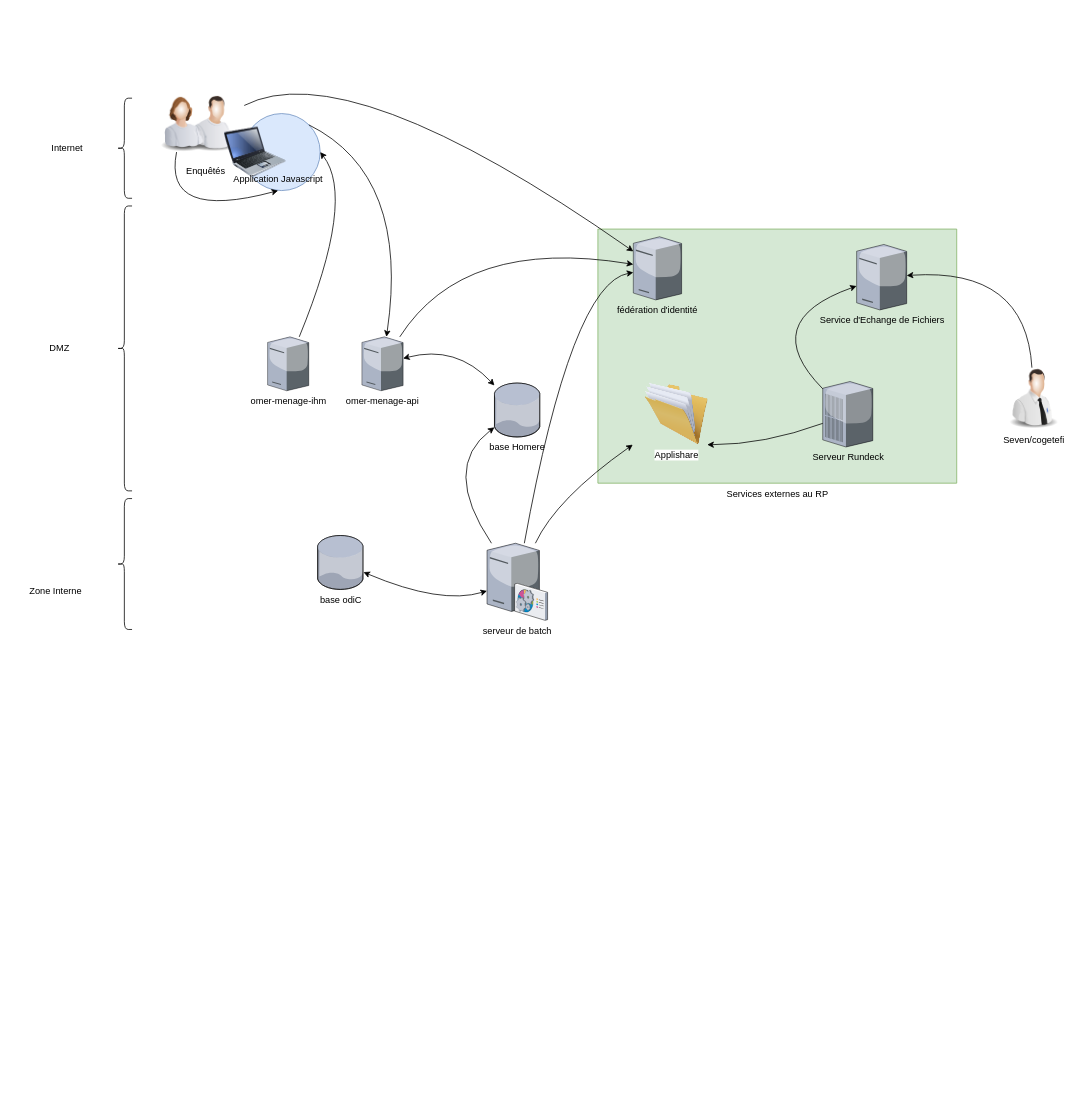
Before: Diagramme sans nom.drawio in renaud23/drawio, a draw.io diagram. Source tidied: cells renumbered, new cells numbered last; positions are measured from the earlier drawing's top-left corner, leaving out a move shared by most shapes. Both pictures are drawn from the tidied source at 77%, with x=0, y=0 at pixel (13, 52).
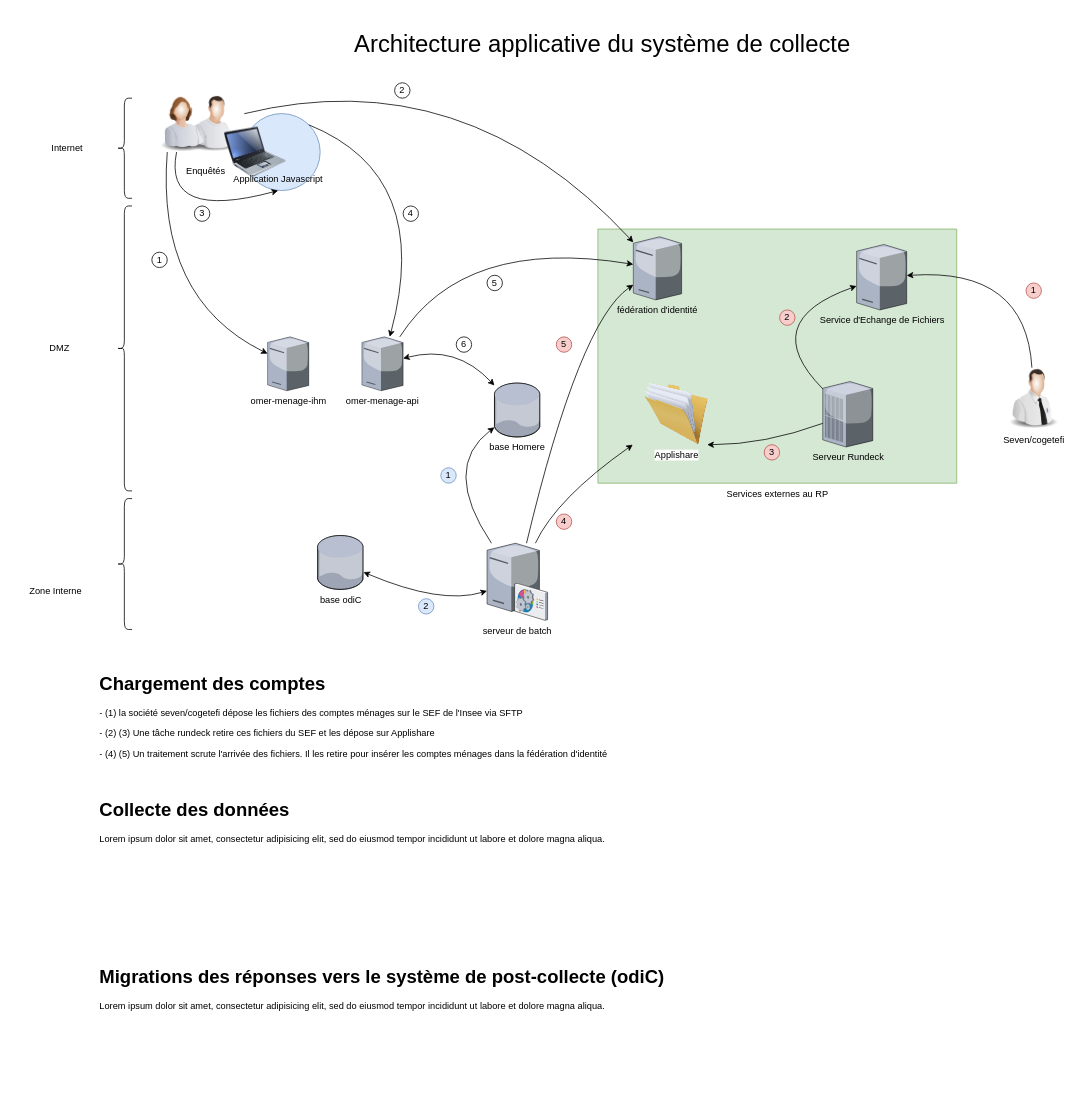
Above is the later version.

Commit message:
Mettre à jour Diagramme sans nom.drawio

The change refers to these unchanged cells:
```xml
<mxCell id="3" style="group;" parent="1" vertex="1">
  <mxGeometry x="745" y="230" width="540" height="330" as="geometry" />
</mxCell>
<mxCell id="5" value="fédération d'identité" style="verticalLabelPosition=bottom;sketch=0;html=1;verticalAlign=top;align=center;outlineConnect=0;shape=mxgraph.citrix.tower_server;fillColor=#fff2cc;strokeColor=#d6b656;" parent="3" vertex="1">
  <mxGeometry x="60" y="10" width="62.7" height="82" as="geometry" />
</mxCell>
<mxCell id="16" style="image;html=1;image=img/lib/clip_art/people/Worker_Man_128x128.png;" parent="15" vertex="1">
  <mxGeometry x="40" width="80" height="80" as="geometry" />
</mxCell>
<mxCell id="17" style="image;html=1;image=img/lib/clip_art/people/Worker_Woman_128x128.png;" parent="15" vertex="1">
  <mxGeometry width="80" height="80" as="geometry" />
</mxCell>
<mxCell id="20" style="ellipse;whiteSpace=wrap;html=1;fillColor=#dae8fc;strokeColor=#6c8ebf;" parent="19" vertex="1">
  <mxGeometry x="24.3" width="100" height="100" as="geometry" />
</mxCell>
<mxCell id="27" value="serveur de batch&lt;div&gt;&lt;br&gt;&lt;/div&gt;" style="verticalLabelPosition=bottom;sketch=0;html=1;verticalAlign=top;strokeColor=none;align=center;outlineConnect=0;shape=mxgraph.citrix.command_center;" parent="1" vertex="1">
  <mxGeometry x="615" y="638" width="78.7" height="100" as="geometry" />
</mxCell>
<mxCell id="30" value="omer-menage-api" style="verticalLabelPosition=bottom;sketch=0;html=1;verticalAlign=top;strokeColor=none;align=center;outlineConnect=0;shape=mxgraph.citrix.tower_server;" parent="29" vertex="1">
  <mxGeometry x="122.5" width="53.5" height="70" as="geometry" />
</mxCell>
<mxCell id="31" value="omer-menage-ihm" style="verticalLabelPosition=bottom;sketch=0;html=1;verticalAlign=top;strokeColor=none;align=center;outlineConnect=0;shape=mxgraph.citrix.tower_server;" parent="29" vertex="1">
  <mxGeometry width="53.5" height="70" as="geometry" />
</mxCell>
```

The edit, as a diff of the source:
```diff
@@
+    <mxCell id="45" value="2" style="ellipse;whiteSpace=wrap;html=1;fillColor=#f8cecc;strokeColor=#b85450;" parent="3" vertex="1">
+      <mxGeometry x="250" y="105" width="20" height="20" as="geometry" />
+    </mxCell>
+    <mxCell id="46" value="3" style="ellipse;whiteSpace=wrap;html=1;fillColor=#f8cecc;strokeColor=#b85450;" parent="3" vertex="1">
+      <mxGeometry x="230" y="280" width="20" height="20" as="geometry" />
+    </mxCell>
@@
     <mxCell id="12" style="group;" parent="1" vertex="1">
-      <mxGeometry x="185" y="80" width="170.9" height="190" as="geometry" />
+      <mxGeometry x="185" y="80" width="170.9" height="200" as="geometry" />
     </mxCell>
     <mxCell id="13" style="group;" parent="12" vertex="1">
-      <mxGeometry x="-54.3" y="-30" width="199.8" height="220" as="geometry" />
+      <mxGeometry x="-54.3" y="-30" width="199.8" height="230" as="geometry" />
     </mxCell>
@@
+    <mxCell id="47" value="3" style="ellipse;whiteSpace=wrap;html=1;" parent="13" vertex="1">
+      <mxGeometry x="104.3" y="150" width="20" height="20" as="geometry" />
+    </mxCell>
+    <mxCell id="48" value="1" style="ellipse;whiteSpace=wrap;html=1;" parent="13" vertex="1">
+      <mxGeometry x="49" y="210" width="20" height="20" as="geometry" />
+    </mxCell>
-    <mxCell id="24" style="curved=1;endArrow=classic;html=1;rounded=0;" parent="1" edge="1" source="16" target="5">
+    <mxCell id="24" style="curved=1;endArrow=classic;html=1;rounded=0;enumerate=0;" parent="1" edge="1" source="16" target="5">
       <mxGeometry relative="1" as="geometry">
         <Array as="points">
-          <mxPoint x="435" />
+          <mxPoint x="585" y="10" />
         </Array>
       </mxGeometry>
     </mxCell>
@@
-    <mxCell id="32" style="curved=1;endArrow=none;html=1;rounded=0;startArrow=classic;startFill=1;entryX=1;entryY=0;entryDx=0;entryDy=0;endFill=0;" parent="1" edge="1" source="30" target="20">
+    <mxCell id="32" style="curved=1;endArrow=none;html=1;rounded=0;startArrow=classic;startFill=1;entryX=1;entryY=0;entryDx=0;entryDy=0;endFill=0;enumerate=0;enumerateValue=1;" parent="1" edge="1" source="30" target="20">
       <mxGeometry relative="1" as="geometry">
         <Array as="points">
-          <mxPoint x="515" y="160" />
+          <mxPoint x="545" y="160" />
         </Array>
       </mxGeometry>
     </mxCell>
-    <mxCell id="33" style="curved=1;endArrow=classic;html=1;rounded=0;entryX=1;entryY=0.5;entryDx=0;entryDy=0;" parent="1" edge="1" source="31" target="20">
+    <mxCell id="33" style="curved=1;endArrow=none;html=1;rounded=0;entryX=0.25;entryY=1;entryDx=0;entryDy=0;startArrow=classic;startFill=1;endFill=0;" parent="1" edge="1" source="31" target="17">
       <mxGeometry relative="1" as="geometry">
         <Array as="points">
-          <mxPoint x="445" y="190" />
+          <mxPoint x="185" y="320" />
         </Array>
       </mxGeometry>
     </mxCell>
@@
     <mxCell id="43" style="curved=1;endArrow=classic;html=1;rounded=0;" parent="1" edge="1" source="27" target="5">
       <mxGeometry relative="1" as="geometry">
         <Array as="points">
-          <mxPoint x="725" y="300" />
+          <mxPoint x="735" y="350" />
         </Array>
       </mxGeometry>
     </mxCell>
@@
+    <mxCell id="49" value="2" style="ellipse;whiteSpace=wrap;html=1;" parent="1" vertex="1">
+      <mxGeometry x="495" y="40" width="20" height="20" as="geometry" />
+    </mxCell>
+    <mxCell id="50" value="4" style="ellipse;whiteSpace=wrap;html=1;" parent="1" vertex="1">
+      <mxGeometry x="506" y="200" width="20" height="20" as="geometry" />
+    </mxCell>
+    <mxCell id="51" value="5" style="ellipse;whiteSpace=wrap;html=1;" parent="1" vertex="1">
+      <mxGeometry x="615" y="290" width="20" height="20" as="geometry" />
+    </mxCell>
+    <mxCell id="52" value="6" style="ellipse;whiteSpace=wrap;html=1;" parent="1" vertex="1">
+      <mxGeometry x="575" y="370" width="20" height="20" as="geometry" />
+    </mxCell>
+    <mxCell id="53" value="1" style="ellipse;whiteSpace=wrap;html=1;fillColor=#dae8fc;strokeColor=#6c8ebf;" parent="1" vertex="1">
+      <mxGeometry x="555" y="540" width="20" height="20" as="geometry" />
+    </mxCell>
+    <mxCell id="54" value="2" style="ellipse;whiteSpace=wrap;html=1;fillColor=#dae8fc;strokeColor=#6c8ebf;" parent="1" vertex="1">
+      <mxGeometry x="526" y="710" width="20" height="20" as="geometry" />
+    </mxCell>
+    <mxCell id="55" value="1" style="ellipse;whiteSpace=wrap;html=1;fillColor=#f8cecc;strokeColor=#b85450;" parent="1" vertex="1">
+      <mxGeometry x="1315" y="300" width="20" height="20" as="geometry" />
+    </mxCell>
+    <mxCell id="56" value="4" style="ellipse;whiteSpace=wrap;html=1;fillColor=#f8cecc;strokeColor=#b85450;" parent="1" vertex="1">
+      <mxGeometry x="705" y="600" width="20" height="20" as="geometry" />
+    </mxCell>
+    <mxCell id="57" value="5" style="ellipse;whiteSpace=wrap;html=1;fillColor=#f8cecc;strokeColor=#b85450;" parent="1" vertex="1">
+      <mxGeometry x="705" y="370" width="20" height="20" as="geometry" />
+    </mxCell>
+    <mxCell id="58" value="&lt;font style=&quot;font-size: 31px;&quot;&gt;Architecture applicative du système de collecte&lt;/font&gt;" style="text;html=1;align=center;verticalAlign=middle;whiteSpace=wrap;rounded=0;" parent="1" vertex="1">
+      <mxGeometry x="375" y="-50" width="780" height="80" as="geometry" />
+    </mxCell>
+    <mxCell id="59" value="&lt;h1 style=&quot;margin-top: 0px;&quot;&gt;Chargement des comptes&lt;/h1&gt;&lt;p&gt;- (1) la société seven/cogetefi dépose les fichiers des comptes ménages sur le SEF de l'Insee via SFTP&lt;/p&gt;&lt;p&gt;- (2) (3) Une tâche rundeck retire ces fichiers du SEF et les dépose sur Applishare&amp;nbsp;&lt;/p&gt;&lt;p&gt;- (4) (5) Un traitement scrute l'arrivée des fichiers. Il les retire pour insérer les comptes ménages dans la fédération d'identité&lt;/p&gt;&lt;p&gt;&lt;br&gt;&lt;/p&gt;" style="text;html=1;whiteSpace=wrap;overflow=hidden;rounded=0;" parent="1" vertex="1">
+      <mxGeometry x="110" y="800" width="1205" height="130" as="geometry" />
+    </mxCell>
+    <mxCell id="60" value="&lt;h1 style=&quot;margin-top: 0px;&quot;&gt;Collecte des données&lt;/h1&gt;&lt;p&gt;Lorem ipsum dolor sit amet, consectetur adipisicing elit, sed do eiusmod tempor incididunt ut labore et dolore magna aliqua.&lt;/p&gt;" style="text;html=1;whiteSpace=wrap;overflow=hidden;rounded=0;" parent="1" vertex="1">
+      <mxGeometry x="110" y="964" width="1205" height="190" as="geometry" />
+    </mxCell>
+    <mxCell id="61" value="&lt;h1 style=&quot;margin-top: 0px;&quot;&gt;Migrations des réponses vers le système de post-collecte (odiC)&lt;/h1&gt;&lt;p&gt;Lorem ipsum dolor sit amet, consectetur adipisicing elit, sed do eiusmod tempor incididunt ut labore et dolore magna aliqua.&lt;/p&gt;" style="text;html=1;whiteSpace=wrap;overflow=hidden;rounded=0;" parent="1" vertex="1">
+      <mxGeometry x="110" y="1180" width="965" height="160" as="geometry" />
+    </mxCell>
```
